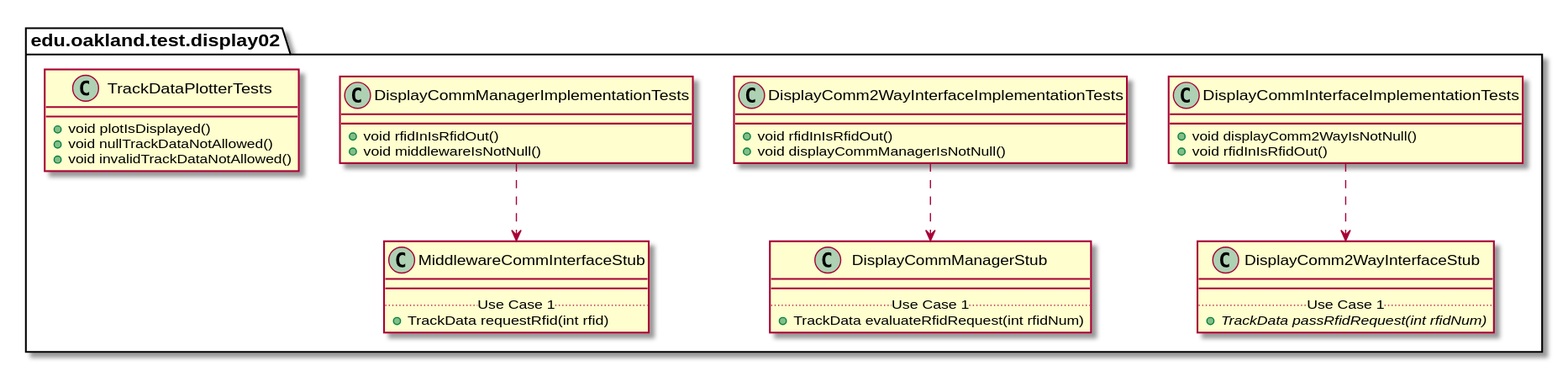
Above: docs/uml-class-diagrams/display02/test/Display02TestPackage_InternalDependencies.svg in andrewdimmer/csi-3370-software-project (PlantUML), before the change.
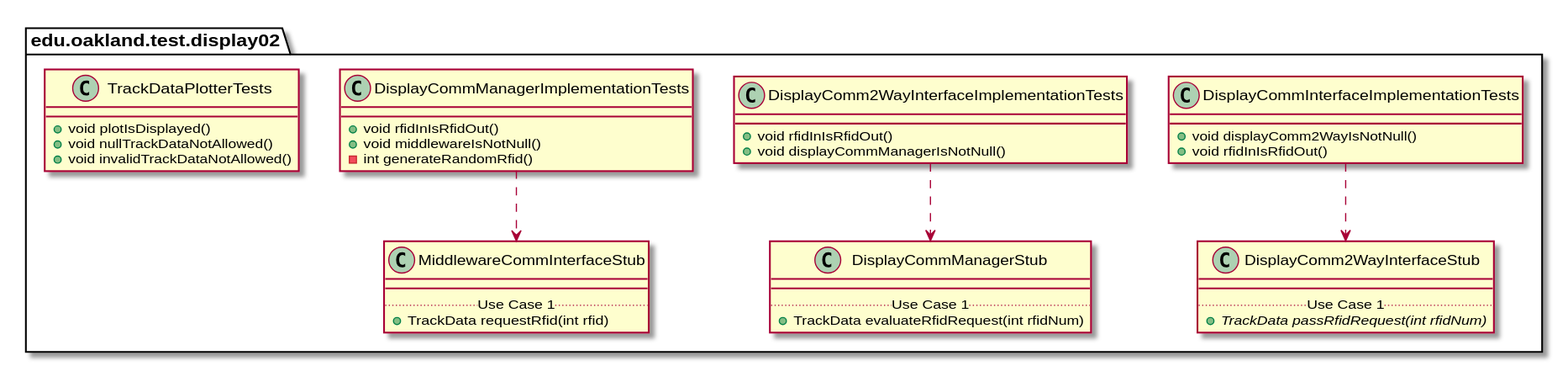
Above is the later version.

The edit, as a diff of the source:
```diff
@@ -48,6 +48,7 @@
     class DisplayCommManagerImplementationTests {
         + void rfidInIsRfidOut()
         + void middlewareIsNotNull()
+        - int generateRandomRfid()
     }
 }
 
```
